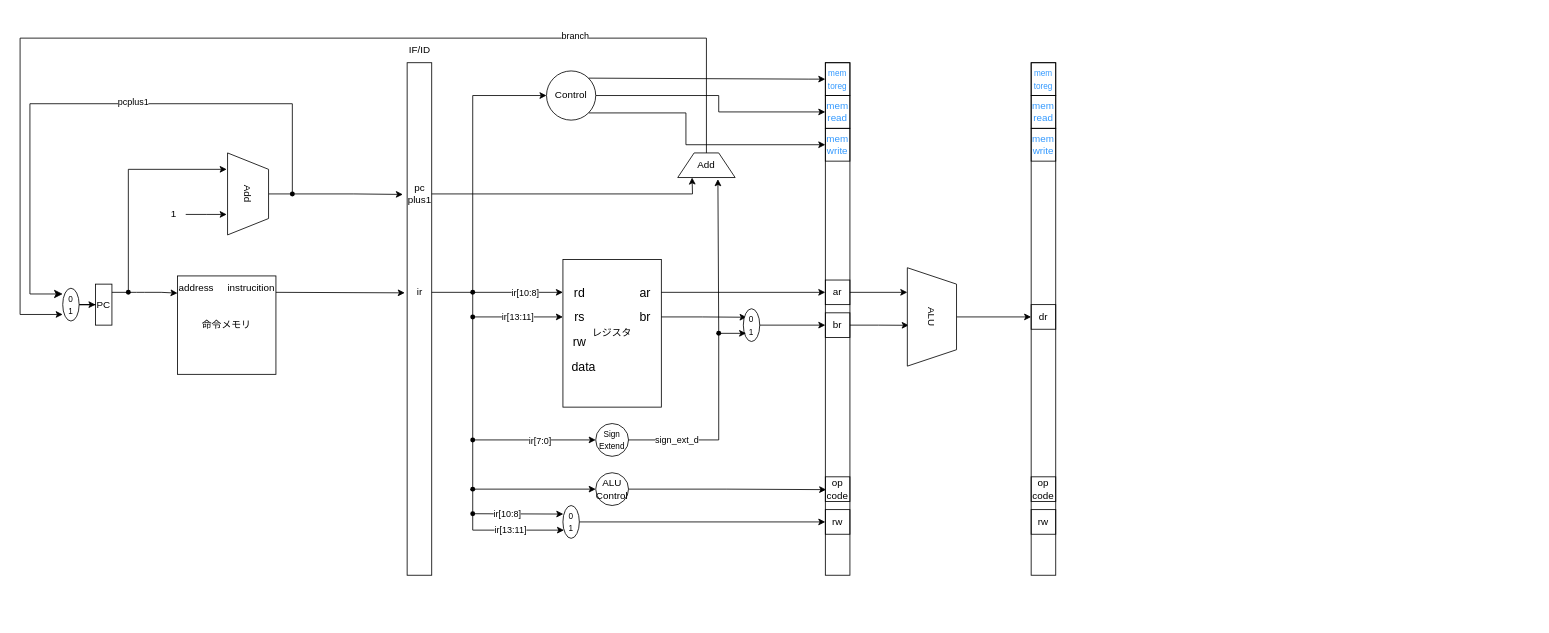
Earlier version of the draw.io diagram Screenshots/名称未設定ファイル.drawio (HirokiYasuda03/Quartus). Source tidied: cells renumbered, new cells numbered last; positions are measured from the earlier drawing's top-left corner, leaving out a move shared by most shapes. Both pictures are drawn from the tidied source at 82%, with x=0, y=0 at pixel (20, 38).
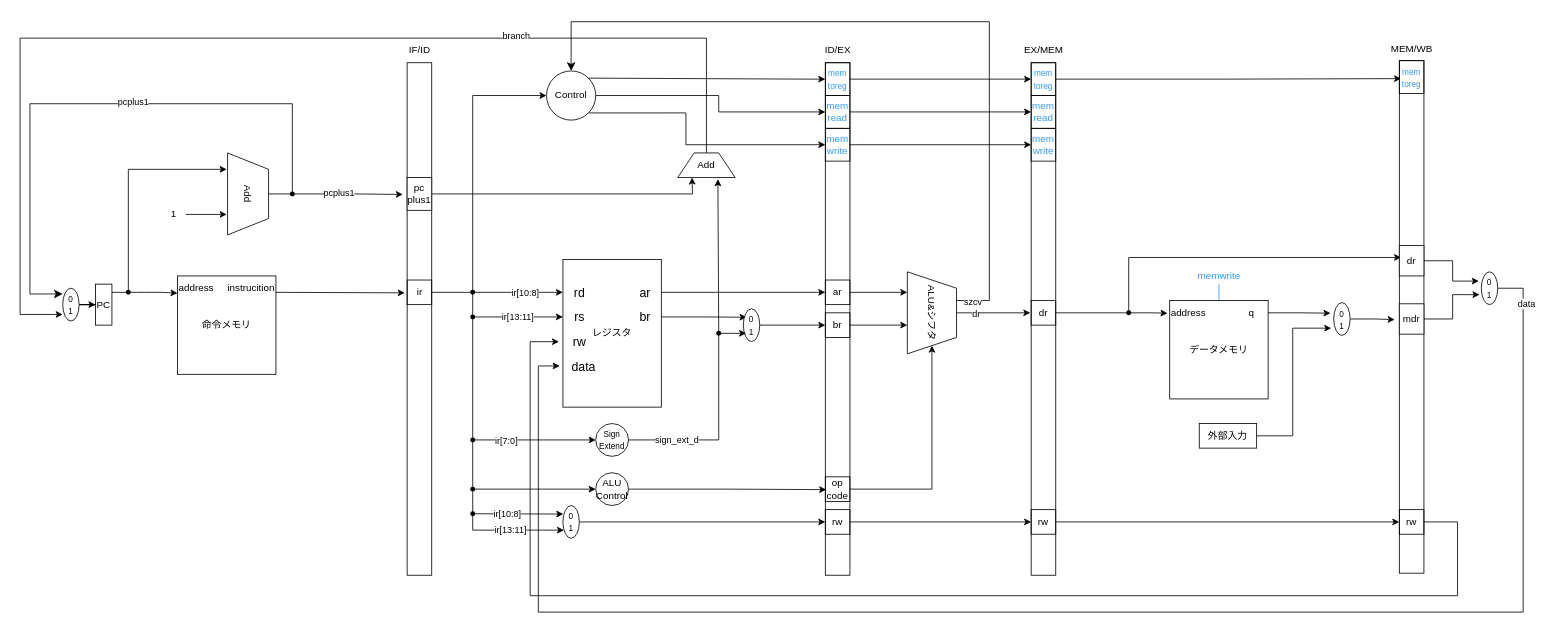
Above is the later version.

Commit message:
名称未設定ファイル.drawio を更新します

Unchanged cells that the change refers to:
```xml
<mxCell id="19" style="edgeStyle=orthogonalEdgeStyle;rounded=0;jettySize=auto;html=1;entryX=-0.172;entryY=0.257;entryDx=0;entryDy=0;entryPerimeter=0;" parent="1" edge="1" source="20" target="7">
  <mxGeometry relative="1" as="geometry" />
</mxCell>
<mxCell id="31" value="&lt;font style=&quot;font-size: 15px;&quot;&gt;rw&lt;/font&gt;" style="text;html=1;align=center;verticalAlign=middle;points=[];strokeColor=none;fillColor=none;" parent="1" vertex="1">
  <mxGeometry x="662" y="355" width="40" height="30" as="geometry" />
</mxCell>
<mxCell id="32" value="&lt;font style=&quot;font-size: 15px;&quot;&gt;data&lt;/font&gt;" style="text;html=1;align=center;verticalAlign=middle;points=[];strokeColor=none;fillColor=none;" parent="1" vertex="1">
  <mxGeometry x="662" y="385" width="50" height="30" as="geometry" />
</mxCell>
<mxCell id="44" style="edgeStyle=orthogonalEdgeStyle;rounded=0;jettySize=auto;html=1;entryX=0;entryY=0.5;entryDx=0;entryDy=0;" parent="1" edge="1" source="46" target="34">
  <mxGeometry relative="1" as="geometry" />
</mxCell>
<mxCell id="56" style="edgeStyle=orthogonalEdgeStyle;rounded=0;jettySize=auto;html=1;exitX=0.5;exitY=0;exitDx=0;exitDy=0;" parent="1" edge="1" source="58">
  <mxGeometry relative="1" as="geometry">
    <mxPoint x="52" y="337" as="targetPoint" />
    <Array as="points">
      <mxPoint x="837" />
      <mxPoint />
      <mxPoint y="337" />
    </Array>
  </mxGeometry>
</mxCell>
<mxCell id="68" value="op&lt;br&gt;code" style="text;strokeColor=default;align=center;fillColor=none;html=1;verticalAlign=middle;whiteSpace=wrap;rounded=0;" parent="1" vertex="1">
  <mxGeometry x="982" y="535" width="30" height="30" as="geometry" />
</mxCell>
<mxCell id="70" value="br" style="text;strokeColor=default;align=center;fillColor=none;html=1;verticalAlign=middle;whiteSpace=wrap;rounded=0;" parent="1" vertex="1">
  <mxGeometry x="982" y="335" width="30" height="30" as="geometry" />
</mxCell>
<mxCell id="71" value="&lt;font style=&quot;font-size: 10px;&quot; color=&quot;#3399ff&quot;&gt;mem&lt;br&gt;toreg&lt;/font&gt;" style="text;strokeColor=default;align=center;fillColor=none;html=1;verticalAlign=middle;whiteSpace=wrap;rounded=0;" parent="1" vertex="1">
  <mxGeometry x="982" y="30" width="30" height="40" as="geometry" />
</mxCell>
<mxCell id="72" value="&lt;font color=&quot;#3399ff&quot;&gt;mem&lt;br&gt;read&lt;br&gt;&lt;/font&gt;" style="text;strokeColor=default;align=center;fillColor=none;html=1;verticalAlign=middle;whiteSpace=wrap;rounded=0;" parent="1" vertex="1">
  <mxGeometry x="982" y="70" width="30" height="40" as="geometry" />
</mxCell>
<mxCell id="73" value="&lt;font color=&quot;#3399ff&quot;&gt;mem&lt;br&gt;write&lt;br&gt;&lt;/font&gt;" style="text;strokeColor=default;align=center;fillColor=none;html=1;verticalAlign=middle;whiteSpace=wrap;rounded=0;" parent="1" vertex="1">
  <mxGeometry x="982" y="110" width="30" height="40" as="geometry" />
</mxCell>
<mxCell id="76" value="Control" style="ellipse;whiteSpace=wrap;html=1;" parent="1" vertex="1">
  <mxGeometry x="642" y="40" width="60" height="60" as="geometry" />
</mxCell>
<mxCell id="80" value="rw" style="text;strokeColor=default;align=center;fillColor=none;html=1;verticalAlign=middle;whiteSpace=wrap;rounded=0;" parent="1" vertex="1">
  <mxGeometry x="982" y="575" width="30" height="30" as="geometry" />
</mxCell>
<mxCell id="84" value="&lt;font style=&quot;font-size: 10px;&quot; color=&quot;#3399ff&quot;&gt;mem&lt;br&gt;toreg&lt;/font&gt;" style="text;strokeColor=default;align=center;fillColor=none;html=1;verticalAlign=middle;whiteSpace=wrap;rounded=0;" parent="1" vertex="1">
  <mxGeometry x="1233" y="30" width="30" height="40" as="geometry" />
</mxCell>
<mxCell id="85" value="&lt;font color=&quot;#3399ff&quot;&gt;mem&lt;br&gt;read&lt;br&gt;&lt;/font&gt;" style="text;strokeColor=default;align=center;fillColor=none;html=1;verticalAlign=middle;whiteSpace=wrap;rounded=0;" parent="1" vertex="1">
  <mxGeometry x="1233" y="70" width="30" height="40" as="geometry" />
</mxCell>
<mxCell id="86" value="&lt;font color=&quot;#3399ff&quot;&gt;mem&lt;br&gt;write&lt;br&gt;&lt;/font&gt;" style="text;strokeColor=default;align=center;fillColor=none;html=1;verticalAlign=middle;whiteSpace=wrap;rounded=0;" parent="1" vertex="1">
  <mxGeometry x="1233" y="110" width="30" height="40" as="geometry" />
</mxCell>
<mxCell id="87" value="rw" style="text;strokeColor=default;align=center;fillColor=none;html=1;verticalAlign=middle;whiteSpace=wrap;rounded=0;" parent="1" vertex="1">
  <mxGeometry x="1233" y="575" width="30" height="30" as="geometry" />
</mxCell>
```

Diff of the diagram source:
```diff
@@
+    <mxCell id="90" value="pcplus1" style="edgeLabel;html=1;align=center;verticalAlign=middle;" parent="19" vertex="1">
+      <mxGeometry x="-0.17" y="2" relative="1" as="geometry" />
+    </mxCell>
@@
     <mxCell id="45" value="ir[7:0]" style="edgeLabel;html=1;align=center;verticalAlign=middle;" parent="44" vertex="1">
-      <mxGeometry x="0.08" relative="1" as="geometry" />
+      <mxGeometry x="0.08" relative="1" as="geometry">
+        <mxPoint x="-41" as="offset" />
+      </mxGeometry>
     </mxCell>
@@
     <mxCell id="57" value="branch" style="edgeLabel;html=1;align=center;verticalAlign=middle;" parent="56" vertex="1">
-      <mxGeometry x="-0.56" y="-3" relative="1" as="geometry" />
+      <mxGeometry x="-0.56" y="-3" relative="1" as="geometry">
+        <mxPoint x="-72" as="offset" />
+      </mxGeometry>
     </mxCell>
@@
-    <mxCell id="64" value="pc&lt;br&gt;plus1" style="text;html=1;align=center;verticalAlign=middle;strokeColor=none;fillColor=none;" parent="1" vertex="1">
-      <mxGeometry x="462" y="170" width="50" height="40" as="geometry" />
-    </mxCell>
-    <mxCell id="65" value="ir" style="text;html=1;align=center;verticalAlign=middle;strokeColor=none;fillColor=none;" parent="1" vertex="1">
+    <mxCell id="65" value="ir" style="text;html=1;align=center;verticalAlign=middle;strokeColor=default;fillColor=none;" parent="1" vertex="1">
       <mxGeometry x="472" y="295" width="30" height="30" as="geometry" />
     </mxCell>
@@
+    <mxCell id="91" style="edgeStyle=orthogonalEdgeStyle;rounded=0;jettySize=auto;html=1;entryX=1;entryY=0.5;entryDx=0;entryDy=0;" parent="1" edge="1" source="68" target="89">
+      <mxGeometry relative="1" as="geometry" />
+    </mxCell>
@@
-    <mxCell id="69" style="edgeStyle=orthogonalEdgeStyle;rounded=0;jettySize=auto;html=1;entryX=0.585;entryY=0.971;entryDx=0;entryDy=0;entryPerimeter=0;" parent="1" edge="1" source="70" target="89">
+    <mxCell id="69" style="edgeStyle=orthogonalEdgeStyle;rounded=0;jettySize=auto;html=1;entryX=0.65;entryY=1;entryDx=0;entryDy=0;entryPerimeter=0;" parent="1" edge="1" source="70" target="89">
       <mxGeometry relative="1" as="geometry" />
     </mxCell>
@@
+    <mxCell id="92" style="edgeStyle=orthogonalEdgeStyle;rounded=0;jettySize=auto;html=1;entryX=0;entryY=0.5;entryDx=0;entryDy=0;" parent="1" edge="1" source="71" target="84">
+      <mxGeometry relative="1" as="geometry" />
+    </mxCell>
@@
+    <mxCell id="93" style="edgeStyle=orthogonalEdgeStyle;rounded=0;jettySize=auto;html=1;entryX=0;entryY=0.5;entryDx=0;entryDy=0;" parent="1" edge="1" source="72" target="85">
+      <mxGeometry relative="1" as="geometry" />
+    </mxCell>
@@
+    <mxCell id="94" style="edgeStyle=orthogonalEdgeStyle;rounded=0;jettySize=auto;html=1;entryX=0;entryY=0.5;entryDx=0;entryDy=0;" parent="1" edge="1" source="73" target="86">
+      <mxGeometry relative="1" as="geometry" />
+    </mxCell>
@@
+    <mxCell id="95" style="edgeStyle=orthogonalEdgeStyle;rounded=0;jettySize=auto;html=1;entryX=0;entryY=0.5;entryDx=0;entryDy=0;" parent="1" edge="1" source="80" target="87">
+      <mxGeometry relative="1" as="geometry" />
+    </mxCell>
@@
+    <mxCell id="96" style="edgeStyle=orthogonalEdgeStyle;rounded=0;jettySize=auto;html=1;entryX=-0.022;entryY=0.129;entryDx=0;entryDy=0;entryPerimeter=0;" parent="1" edge="1" source="118" target="105">
+      <mxGeometry relative="1" as="geometry" />
+    </mxCell>
     <mxCell id="82" value="dr" style="text;strokeColor=default;align=center;fillColor=none;html=1;verticalAlign=middle;whiteSpace=wrap;rounded=0;" parent="1" vertex="1">
-      <mxGeometry x="1233" y="325" width="30" height="30" as="geometry" />
+      <mxGeometry x="1233" y="320" width="30" height="30" as="geometry" />
     </mxCell>
-    <mxCell id="83" value="op&lt;br&gt;code" style="text;strokeColor=default;align=center;fillColor=none;html=1;verticalAlign=middle;whiteSpace=wrap;rounded=0;" parent="1" vertex="1">
-      <mxGeometry x="1233" y="535" width="30" height="30" as="geometry" />
-    </mxCell>
+    <mxCell id="97" style="edgeStyle=orthogonalEdgeStyle;rounded=0;jettySize=auto;html=1;entryX=0.072;entryY=0.035;entryDx=0;entryDy=0;entryPerimeter=0;" parent="1" edge="1" source="84" target="103">
+      <mxGeometry relative="1" as="geometry" />
+    </mxCell>
@@
+    <mxCell id="98" style="edgeStyle=orthogonalEdgeStyle;rounded=0;jettySize=auto;html=1;entryX=0;entryY=0.5;entryDx=0;entryDy=0;" parent="1" edge="1" source="87" target="123">
+      <mxGeometry relative="1" as="geometry" />
+    </mxCell>
@@
-    <mxCell id="88" style="edgeStyle=orthogonalEdgeStyle;rounded=0;jettySize=auto;html=1;entryX=0;entryY=0.5;entryDx=0;entryDy=0;" parent="1" edge="1" source="89" target="82">
-      <mxGeometry relative="1" as="geometry" />
-    </mxCell>
+    <mxCell id="99" style="edgeStyle=orthogonalEdgeStyle;rounded=0;jettySize=auto;html=1;" parent="1" edge="1" source="89">
+      <mxGeometry relative="1" as="geometry">
+        <mxPoint x="1232" y="335" as="targetPoint" />
+      </mxGeometry>
+    </mxCell>
+    <mxCell id="100" value="dr" style="edgeLabel;html=1;align=center;verticalAlign=middle;" parent="99" vertex="1">
+      <mxGeometry x="-0.5" relative="1" as="geometry" />
+    </mxCell>
-    <mxCell id="89" value="ALU" style="shape=trapezoid;perimeter=trapezoidPerimeter;whiteSpace=wrap;html=1;fixedSize=1;rotation=90;" parent="1" vertex="1">
-      <mxGeometry x="1052" y="310" width="120" height="60" as="geometry" />
+    <mxCell id="89" value="ALU&amp;amp;シフタ" style="shape=trapezoid;perimeter=trapezoidPerimeter;whiteSpace=wrap;html=1;fixedSize=1;rotation=90;" parent="1" vertex="1">
+      <mxGeometry x="1062" y="305" width="100" height="60" as="geometry" />
     </mxCell>
+    <mxCell id="101" style="edgeStyle=segmentEdgeStyle;endArrow=classic;html=1;curved=0;rounded=0;endSize=8;startSize=8;" parent="1" edge="1" target="76">
+      <mxGeometry relative="1" as="geometry">
+        <mxPoint x="1142" y="320" as="sourcePoint" />
+        <Array as="points">
+          <mxPoint x="1182" y="320" />
+          <mxPoint x="1182" y="-20" />
+          <mxPoint x="672" y="-20" />
+        </Array>
+      </mxGeometry>
+    </mxCell>
+    <mxCell id="102" value="szcv" style="edgeLabel;html=1;align=center;verticalAlign=middle;" parent="101" vertex="1">
+      <mxGeometry x="-0.96" y="-1" relative="1" as="geometry" />
+    </mxCell>
+    <mxCell id="103" style="rounded=0;whiteSpace=wrap;html=1;" parent="1" vertex="1">
+      <mxGeometry x="1682" y="27.5" width="30" height="625" as="geometry" />
+    </mxCell>
+    <mxCell id="104" style="edgeStyle=orthogonalEdgeStyle;rounded=0;jettySize=auto;html=1;strokeColor=#3399FF;endArrow=none;endFill=0;" parent="1" edge="1" source="105">
+      <mxGeometry relative="1" as="geometry">
+        <mxPoint x="1462" y="300" as="targetPoint" />
+      </mxGeometry>
+    </mxCell>
+    <mxCell id="105" value="データメモリ" style="whiteSpace=wrap;html=1;" parent="1" vertex="1">
+      <mxGeometry x="1402" y="320" width="120" height="120" as="geometry" />
+    </mxCell>
+    <mxCell id="106" value="address" style="text;html=1;strokeColor=none;fillColor=none;align=center;verticalAlign=middle;whiteSpace=wrap;rounded=0;" parent="1" vertex="1">
+      <mxGeometry x="1412" y="330" width="26" height="10" as="geometry" />
+    </mxCell>
+    <mxCell id="107" style="edgeStyle=orthogonalEdgeStyle;rounded=0;jettySize=auto;html=1;entryX=-0.196;entryY=0.323;entryDx=0;entryDy=0;entryPerimeter=0;" parent="1" edge="1" source="108" target="113">
+      <mxGeometry relative="1" as="geometry" />
+    </mxCell>
+    <mxCell id="108" value="q" style="text;html=1;strokeColor=none;fillColor=none;align=center;verticalAlign=middle;whiteSpace=wrap;rounded=0;" parent="1" vertex="1">
+      <mxGeometry x="1482" y="320" width="40" height="30" as="geometry" />
+    </mxCell>
+    <mxCell id="109" value="&lt;font color=&quot;#3399ff&quot;&gt;memwrite&lt;/font&gt;" style="text;html=1;align=center;verticalAlign=middle;strokeColor=none;fillColor=none;" parent="1" vertex="1">
+      <mxGeometry x="1422" y="275" width="80" height="30" as="geometry" />
+    </mxCell>
+    <mxCell id="110" style="edgeStyle=orthogonalEdgeStyle;rounded=0;jettySize=auto;html=1;entryX=-0.152;entryY=0.78;entryDx=0;entryDy=0;entryPerimeter=0;" parent="1" edge="1" source="111" target="113">
+      <mxGeometry relative="1" as="geometry">
+        <Array as="points">
+          <mxPoint x="1552" y="485" />
+          <mxPoint x="1552" y="354" />
+        </Array>
+      </mxGeometry>
+    </mxCell>
+    <mxCell id="111" value="外部入力" style="rounded=0;whiteSpace=wrap;html=1;" parent="1" vertex="1">
+      <mxGeometry x="1438" y="470" width="70" height="30" as="geometry" />
+    </mxCell>
+    <mxCell id="112" style="edgeStyle=orthogonalEdgeStyle;rounded=0;jettySize=auto;html=1;entryX=-0.188;entryY=0.521;entryDx=0;entryDy=0;entryPerimeter=0;" parent="1" edge="1" source="113" target="115">
+      <mxGeometry relative="1" as="geometry" />
+    </mxCell>
+    <mxCell id="113" value="&lt;font size=&quot;1&quot;&gt;0&lt;br&gt;1&lt;br&gt;&lt;/font&gt;" style="ellipse;whiteSpace=wrap;html=1;" parent="1" vertex="1">
+      <mxGeometry x="1602" y="322.5" width="20" height="40" as="geometry" />
+    </mxCell>
+    <mxCell id="114" style="edgeStyle=orthogonalEdgeStyle;rounded=0;jettySize=auto;html=1;entryX=-0.109;entryY=0.696;entryDx=0;entryDy=0;entryPerimeter=0;" parent="1" edge="1" source="115" target="126">
+      <mxGeometry relative="1" as="geometry" />
+    </mxCell>
+    <mxCell id="115" value="mdr" style="rounded=0;whiteSpace=wrap;html=1;" parent="1" vertex="1">
+      <mxGeometry x="1682" y="324" width="30" height="37" as="geometry" />
+    </mxCell>
+    <mxCell id="116" style="edgeStyle=orthogonalEdgeStyle;rounded=0;jettySize=auto;html=1;entryDx=0;entryDy=0;entryPerimeter=0;endArrow=none;endFill=0;" parent="1" edge="1" source="82" target="118">
+      <mxGeometry relative="1" as="geometry" />
+    </mxCell>
+    <mxCell id="117" style="edgeStyle=orthogonalEdgeStyle;rounded=0;jettySize=auto;html=1;entryX=0.072;entryY=0.384;entryDx=0;entryDy=0;entryPerimeter=0;" parent="1" edge="1" source="118" target="103">
+      <mxGeometry relative="1" as="geometry">
+        <Array as="points">
+          <mxPoint x="1352" y="268" />
+        </Array>
+      </mxGeometry>
+    </mxCell>
+    <mxCell id="118" style="shape=waypoint;sketch=0;fillStyle=solid;size=6;points=[];fillColor=none;perimeter=centerPerimeter;snapToPoint=1;" parent="1" vertex="1">
+      <mxGeometry x="1342" y="325" width="20" height="20" as="geometry" />
+    </mxCell>
+    <mxCell id="119" style="edgeStyle=orthogonalEdgeStyle;rounded=0;jettySize=auto;html=1;entryX=-0.152;entryY=0.283;entryDx=0;entryDy=0;entryPerimeter=0;" parent="1" edge="1" source="120" target="126">
+      <mxGeometry relative="1" as="geometry" />
+    </mxCell>
+    <mxCell id="120" value="dr" style="rounded=0;whiteSpace=wrap;html=1;" parent="1" vertex="1">
+      <mxGeometry x="1682" y="253" width="30" height="37" as="geometry" />
+    </mxCell>
+    <mxCell id="121" value="&lt;font style=&quot;font-size: 10px;&quot; color=&quot;#3399ff&quot;&gt;mem&lt;br&gt;toreg&lt;/font&gt;" style="text;strokeColor=default;align=center;fillColor=none;html=1;verticalAlign=middle;whiteSpace=wrap;rounded=0;" parent="1" vertex="1">
+      <mxGeometry x="1682" y="27.5" width="30" height="40" as="geometry" />
+    </mxCell>
+    <mxCell id="122" style="edgeStyle=orthogonalEdgeStyle;rounded=0;jettySize=auto;html=1;entryX=-0.12;entryY=0.507;entryDx=0;entryDy=0;entryPerimeter=0;" parent="1" edge="1" source="123" target="31">
+      <mxGeometry relative="1" as="geometry">
+        <Array as="points">
+          <mxPoint x="1753" y="590" />
+          <mxPoint x="1753" y="680" />
+          <mxPoint x="622" y="680" />
+          <mxPoint x="622" y="370" />
+        </Array>
+      </mxGeometry>
+    </mxCell>
+    <mxCell id="123" value="rw" style="text;strokeColor=default;align=center;fillColor=none;html=1;verticalAlign=middle;whiteSpace=wrap;rounded=0;" parent="1" vertex="1">
+      <mxGeometry x="1682" y="575" width="30" height="30" as="geometry" />
+    </mxCell>
+    <mxCell id="124" style="edgeStyle=orthogonalEdgeStyle;rounded=0;jettySize=auto;html=1;entryX=-0.078;entryY=0.493;entryDx=0;entryDy=0;entryPerimeter=0;" parent="1" edge="1" source="126" target="32">
+      <mxGeometry relative="1" as="geometry">
+        <Array as="points">
+          <mxPoint x="1833" y="305" />
+          <mxPoint x="1833" y="700" />
+          <mxPoint x="632" y="700" />
+          <mxPoint x="632" y="400" />
+        </Array>
+      </mxGeometry>
+    </mxCell>
+    <mxCell id="125" value="data" style="edgeLabel;html=1;align=center;verticalAlign=middle;" parent="124" vertex="1">
+      <mxGeometry x="-0.95" y="3" relative="1" as="geometry" />
+    </mxCell>
+    <mxCell id="126" value="&lt;font size=&quot;1&quot;&gt;0&lt;br&gt;1&lt;br&gt;&lt;/font&gt;" style="ellipse;whiteSpace=wrap;html=1;" parent="1" vertex="1">
+      <mxGeometry x="1782" y="285" width="20" height="40" as="geometry" />
+    </mxCell>
+    <mxCell id="127" value="ID/EX" style="text;html=1;align=center;verticalAlign=middle;strokeColor=none;fillColor=none;" parent="1" vertex="1">
+      <mxGeometry x="972" width="50" height="30" as="geometry" />
+    </mxCell>
+    <mxCell id="128" value="EX/MEM" style="text;html=1;align=center;verticalAlign=middle;strokeColor=none;fillColor=none;" parent="1" vertex="1">
+      <mxGeometry x="1213" width="70" height="30" as="geometry" />
+    </mxCell>
+    <mxCell id="129" value="MEM/WB" style="text;html=1;align=center;verticalAlign=middle;strokeColor=none;fillColor=none;" parent="1" vertex="1">
+      <mxGeometry x="1662" y="-2.5" width="70" height="30" as="geometry" />
+    </mxCell>
+    <mxCell id="64" value="pc&lt;br&gt;plus1" style="rounded=0;whiteSpace=wrap;html=1;" parent="1" vertex="1">
+      <mxGeometry x="472" y="170" width="30" height="40" as="geometry" />
+    </mxCell>
```
